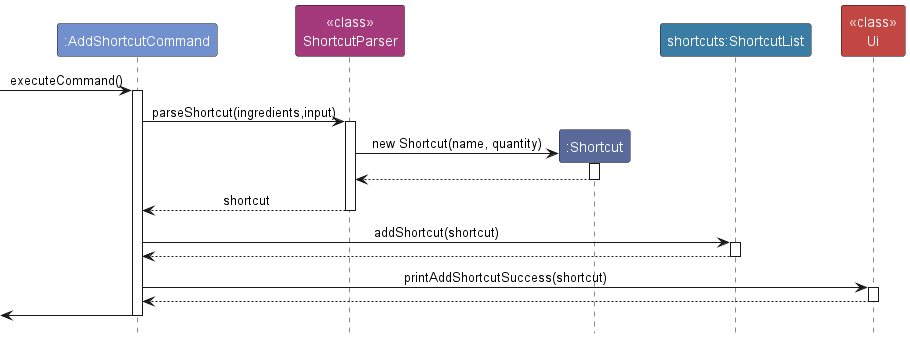
This is docs/images/AddNewShortcutSequenceDiagram.png from nus-cs2113-AY2324S1/tp, a PlantUML export, as it was before one commit.
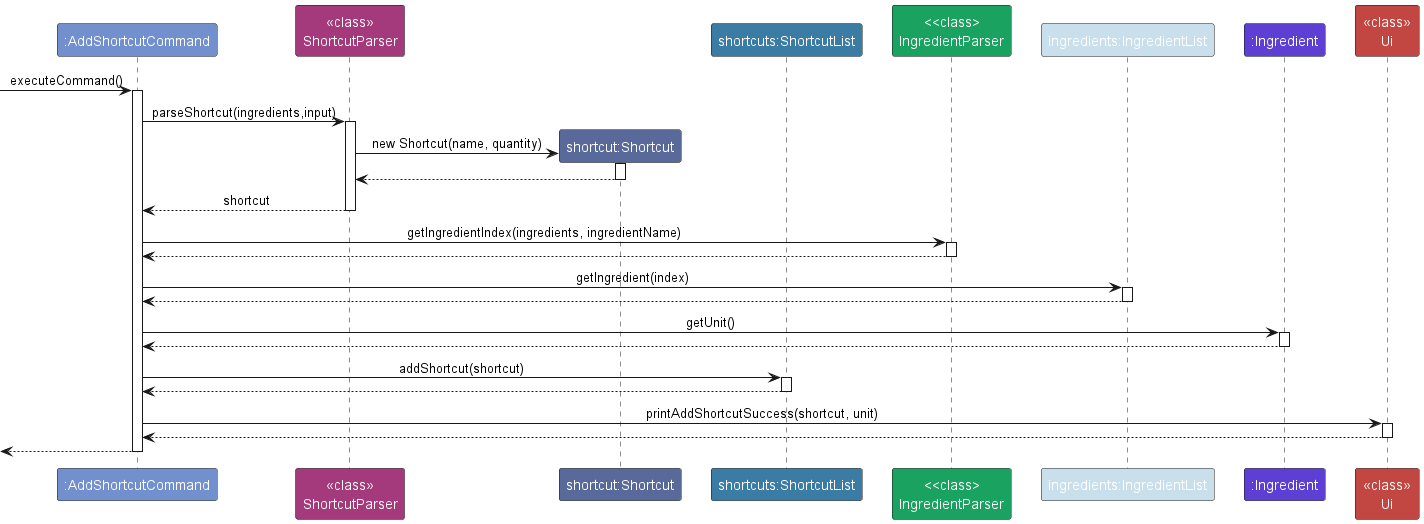
The same file after the commit.

Commit message:
Update add shortcut diagram

What changed in the source:
```diff
@@ -4,8 +4,11 @@
 
 participant ":AddShortcutCommand" as AddShortcutCommand COMMAND_COLOR
 participant "<<class>>\nShortcutParser" as ShortcutParser SHORTCUT_PARSER_COLOR
-participant ":Shortcut" as Shortcut SHORTCUT_COLOR
+participant "shortcut:Shortcut" as Shortcut SHORTCUT_COLOR
 participant "shortcuts:ShortcutList" as Shortcuts SHORTCUT_LIST_COLOR
+participant "<<class>\nIngredientParser" as IngredientParser INGREDIENT_PARSER_COLOR
+participant "ingredients:IngredientList" as Ingredients INGREDIENT_LIST_COLOR
+participant ":Ingredient" as Ingredient INGREDIENT_COLOR
 participant "<<class>>\nUi" as Ui UI_COLOR
 
 [-> AddShortcutCommand : executeCommand()
@@ -24,19 +27,37 @@
 ShortcutParser --> AddShortcutCommand : shortcut
 deactivate ShortcutParser
 
+AddShortcutCommand -> IngredientParser : getIngredientIndex(ingredients, ingredientName)
+activate IngredientParser
+
+IngredientParser --> AddShortcutCommand
+deactivate IngredientParser
+
+AddShortcutCommand -> Ingredients : getIngredient(index)
+activate Ingredients
+
+Ingredients --> AddShortcutCommand
+deactivate Ingredients
+
+AddShortcutCommand -> Ingredient : getUnit()
+activate Ingredient
+
+Ingredient --> AddShortcutCommand
+deactivate Ingredient
+
 AddShortcutCommand -> Shortcuts : addShortcut(shortcut)
 activate Shortcuts
 
 Shortcuts --> AddShortcutCommand
 deactivate Shortcuts
 
-AddShortcutCommand -> Ui : printAddShortcutSuccess(shortcut)
+AddShortcutCommand -> Ui : printAddShortcutSuccess(shortcut, unit)
 activate Ui
 
 Ui --> AddShortcutCommand
 deactivate Ui
 
-[<- AddShortcutCommand
+[<-- AddShortcutCommand
 deactivate AddShortcutCommand
 
 @enduml
```
